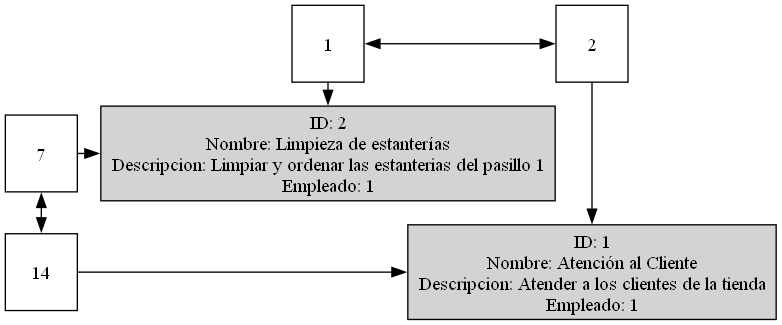
The Graphviz diagram reportes/matrizDispersa.png in MarceJua/IPC2_ProyectoVJ2024_14, before a commit. Its source is kept beside it as reportesdot/matrizDispersa.dot.
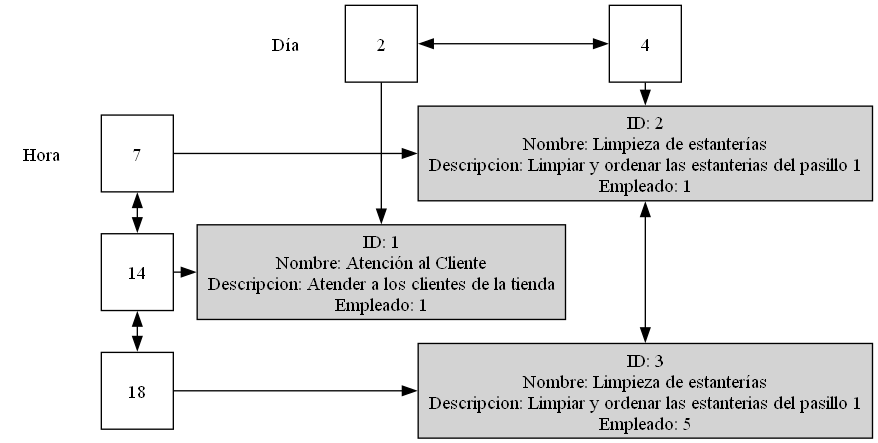
Above is the later version.

Change to the diagram source:
```diff
@@ -2,23 +2,31 @@
         graph [pad="0.5", nodesep="1", ranksep="1", charset="latin1"];
         label="Matriz Dispersa";
         node [shape=box, height=0.8];
+	Dia [label="Día", shape=plaintext, group=1, style="", fontsize=14];
+	Hora [label="Hora", shape=plaintext, group=0, style="", fontsize=14];
 	Columna7[style="filled" label="7" fillcolor="white" group=0];
 	Columna14[style="filled" label="14" fillcolor="white" group=0];
+	Columna18[style="filled" label="18" fillcolor="white" group=0];
 edge[dir="both"];
 	Columna7 -> Columna14;
+	Columna14 -> Columna18;
 edge[dir="both"]
-	Fila1 -> NodoF1_C7[dir=""];
 	Fila2 -> NodoF2_C14[dir=""];
-	Fila1[style="filled" label="1" fillcolor="white" group=1];
+	Fila4 -> NodoF4_C7[dir=""];
+	NodoF4_C7 -> NodoF4_C18;
 	Fila2[style="filled" label="2" fillcolor="white" group=2];
-Fila1 -> Fila2;
+	Fila4[style="filled" label="4" fillcolor="white" group=4];
+Fila2 -> Fila4;
 
-	{{rank=same; Fila1; Fila2; }}
-	NodoF1_C7[style="filled" label="ID: 2\nNombre: Limpieza de estanterías\nDescripcion: Limpiar y ordenar las estanterias del pasillo 1\nEmpleado: 1" group=1];
-	Columna7 -> NodoF1_C7[dir=""];
+	{{rank=same; Fila2; Fila4; }}
+	NodoF4_C7[style="filled" label="ID: 2\nNombre: Limpieza de estanterías\nDescripcion: Limpiar y ordenar las estanterias del pasillo 1\nEmpleado: 1" group=4];
+	Columna7 -> NodoF4_C7[dir=""];
 	NodoF2_C14[style="filled" label="ID: 1\nNombre: Atención al Cliente\nDescripcion: Atender a los clientes de la tienda\nEmpleado: 1" group=2];
 	Columna14 -> NodoF2_C14[dir=""];
-	{ rank=same; Columna7; NodoF1_C7; }}
+	NodoF4_C18[style="filled" label="ID: 3\nNombre: Limpieza de estanterías\nDescripcion: Limpiar y ordenar las estanterias del pasillo 1\nEmpleado: 5" group=4];
+	Columna18 -> NodoF4_C18[dir=""];
+	{ rank=same; Hora;	{ rank=same; Columna7; NodoF4_C7; }}
 	{ rank=same; Columna14; NodoF2_C14; }}
+	{ rank=same; Columna18; NodoF4_C18; }}
 
 }}
```
